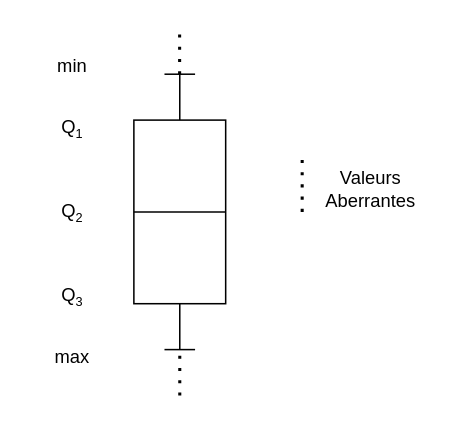
Earlier version of the draw.io diagram University/4th_ING_Software/1st_Semester/Data_Mining/TD/TD1/boxPlot.drawio (rabah-usthb/Documentations). Source tidied: cells renumbered, new cells numbered last; positions are measured from the earlier drawing's top-left corner, leaving out a move shared by most shapes. Both pictures are drawn from the tidied source at 153%, with x=0, y=0 at pixel (26, 28).
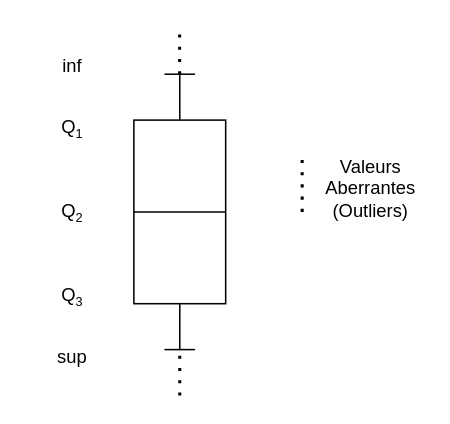
After the change.

The edit, as a diff of the source:
```diff
@@
-    <mxCell id="13" value="Valeurs&lt;div&gt;Aberrantes&lt;/div&gt;" style="text;html=1;align=center;verticalAlign=middle;whiteSpace=wrap;rounded=0;" parent="1" vertex="1">
+    <mxCell id="13" value="Valeurs&lt;div&gt;Aberrantes&lt;/div&gt;&lt;div&gt;(Outliers)&lt;/div&gt;" style="text;html=1;align=center;verticalAlign=middle;whiteSpace=wrap;rounded=0;" parent="1" vertex="1">
       <mxGeometry x="190" y="90" width="70" height="30" as="geometry" />
     </mxCell>
@@
-    <mxCell id="15" value="min" style="text;html=1;align=center;verticalAlign=middle;whiteSpace=wrap;rounded=0;" parent="1" vertex="1">
+    <mxCell id="15" value="inf" style="text;html=1;align=center;verticalAlign=middle;whiteSpace=wrap;rounded=0;" parent="1" vertex="1">
       <mxGeometry y="10" width="60" height="30" as="geometry" />
     </mxCell>
-    <mxCell id="16" value="max" style="text;html=1;align=center;verticalAlign=middle;whiteSpace=wrap;rounded=0;" parent="1" vertex="1">
+    <mxCell id="16" value="sup" style="text;html=1;align=center;verticalAlign=middle;whiteSpace=wrap;rounded=0;" parent="1" vertex="1">
       <mxGeometry y="200" width="60" height="30" as="geometry" />
     </mxCell>
```
